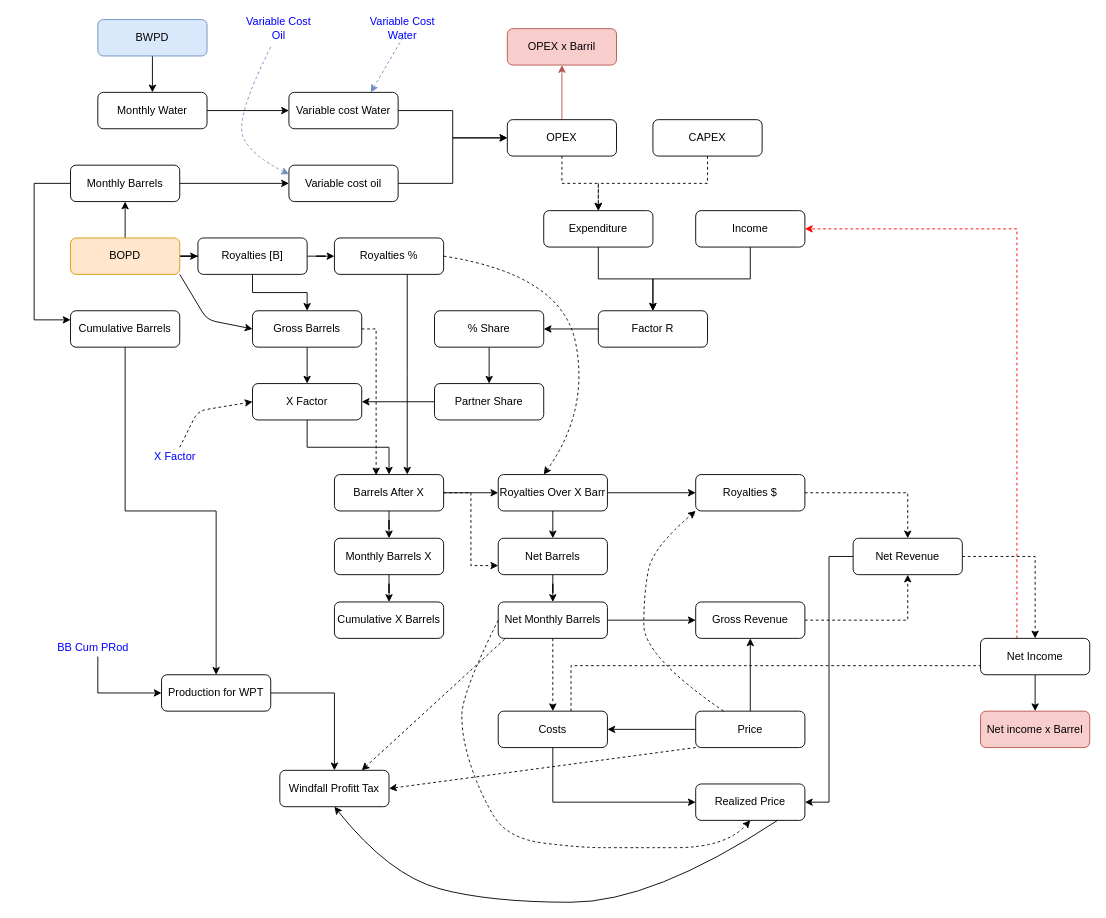
The draw.io diagram Untitled Diagram.drawio in estebanem97/arcangel, before the edit. Source tidied: cells renumbered, new cells numbered last; positions are measured from the earlier drawing's top-left corner, leaving out a move shared by most shapes. Both pictures are drawn from the tidied source at 91%, with x=0, y=0 at pixel (34, 19).
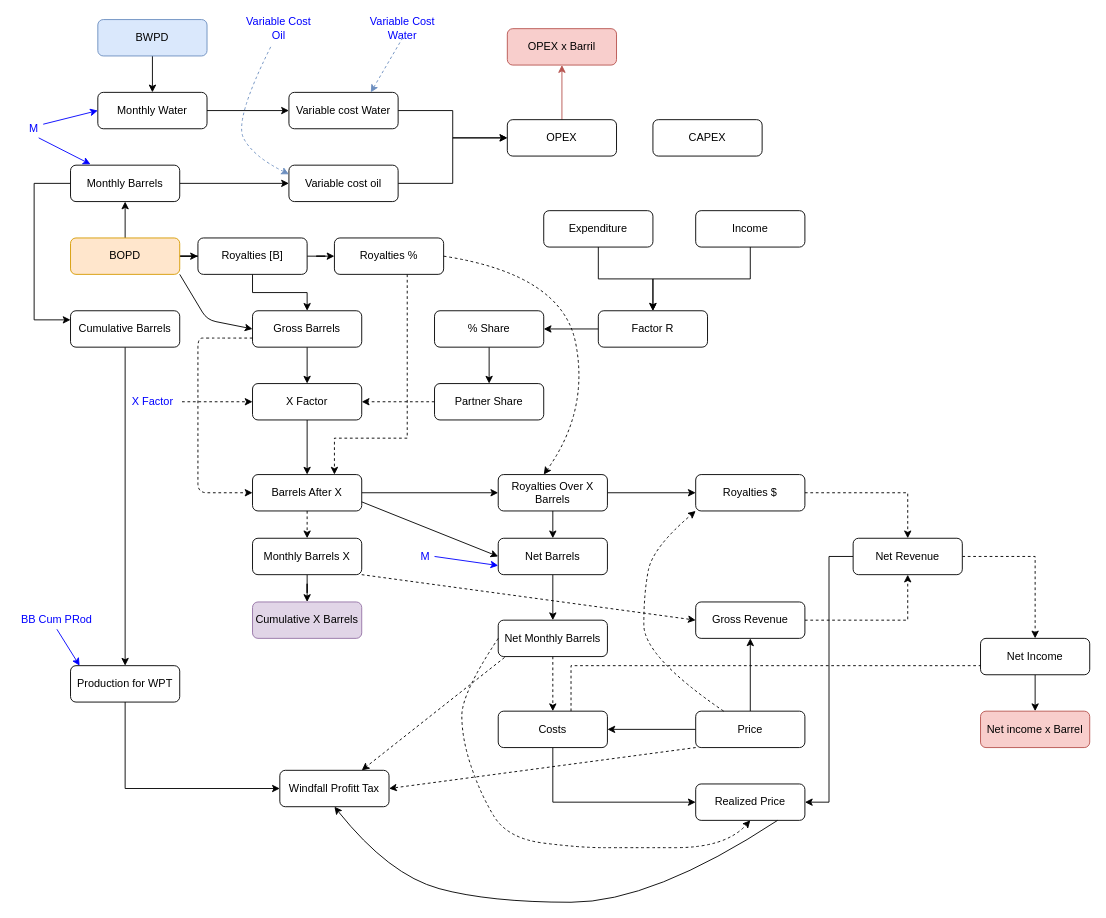
Above is the later version.

The change refers to these unchanged cells:
```xml
<mxCell id="11" value="Monthly Barrels" style="rounded=1;whiteSpace=wrap;html=1;fontSize=12;glass=0;strokeWidth=1;shadow=0;" parent="1" vertex="1">
  <mxGeometry x="40" y="160" width="120" height="40" as="geometry" />
</mxCell>
<mxCell id="18" value="Royalties %" style="rounded=1;whiteSpace=wrap;html=1;fontSize=12;glass=0;strokeWidth=1;shadow=0;" parent="1" vertex="1">
  <mxGeometry x="330" y="240" width="120" height="40" as="geometry" />
</mxCell>
<mxCell id="21" value="Gross Barrels" style="rounded=1;whiteSpace=wrap;html=1;fontSize=12;glass=0;strokeWidth=1;shadow=0;" parent="1" vertex="1">
  <mxGeometry x="240" y="320" width="120" height="40" as="geometry" />
</mxCell>
<mxCell id="24" value="Income" style="rounded=1;whiteSpace=wrap;html=1;fontSize=12;glass=0;strokeWidth=1;shadow=0;" parent="1" vertex="1">
  <mxGeometry x="727" y="210" width="120" height="40" as="geometry" />
</mxCell>
<mxCell id="26" value="Expenditure" style="rounded=1;whiteSpace=wrap;html=1;fontSize=12;glass=0;strokeWidth=1;shadow=0;" parent="1" vertex="1">
  <mxGeometry x="560" y="210" width="120" height="40" as="geometry" />
</mxCell>
<mxCell id="32" value="Partner Share" style="rounded=1;whiteSpace=wrap;html=1;fontSize=12;glass=0;strokeWidth=1;shadow=0;" parent="1" vertex="1">
  <mxGeometry x="440" y="400" width="120" height="40" as="geometry" />
</mxCell>
<mxCell id="34" value="X Factor" style="rounded=1;whiteSpace=wrap;html=1;fontSize=12;glass=0;strokeWidth=1;shadow=0;" parent="1" vertex="1">
  <mxGeometry x="240" y="400" width="120" height="40" as="geometry" />
</mxCell>
<mxCell id="46" value="Net Barrels" style="rounded=1;whiteSpace=wrap;html=1;fontSize=12;glass=0;strokeWidth=1;shadow=0;" parent="1" vertex="1">
  <mxGeometry x="510" y="570" width="120" height="40" as="geometry" />
</mxCell>
<mxCell id="55" value="Gross Revenue" style="rounded=1;whiteSpace=wrap;html=1;fontSize=12;glass=0;strokeWidth=1;shadow=0;" parent="1" vertex="1">
  <mxGeometry x="727" y="640" width="120" height="40" as="geometry" />
</mxCell>
<mxCell id="71" value="Windfall Profitt Tax" style="rounded=1;whiteSpace=wrap;html=1;fontSize=12;glass=0;strokeWidth=1;shadow=0;" parent="1" vertex="1">
  <mxGeometry x="270" y="825" width="120" height="40" as="geometry" />
</mxCell>
<mxCell id="77" value="Net Income" style="rounded=1;whiteSpace=wrap;html=1;fontSize=12;glass=0;strokeWidth=1;shadow=0;" parent="1" vertex="1">
  <mxGeometry x="1040" y="680" width="120" height="40" as="geometry" />
</mxCell>
<mxCell id="79" value="CAPEX" style="rounded=1;whiteSpace=wrap;html=1;fontSize=12;glass=0;strokeWidth=1;shadow=0;" parent="1" vertex="1">
  <mxGeometry x="680" y="110" width="120" height="40" as="geometry" />
</mxCell>
<mxCell id="82" value="OPEX" style="rounded=1;whiteSpace=wrap;html=1;fontSize=12;glass=0;strokeWidth=1;shadow=0;" parent="1" vertex="1">
  <mxGeometry x="520" y="110" width="120" height="40" as="geometry" />
</mxCell>
```

Change to the diagram source:
```diff
@@
-    <mxCell id="17" style="edgeStyle=orthogonalEdgeStyle;rounded=0;jettySize=auto;html=1;" parent="1" edge="1" source="18" target="38">
+    <mxCell id="17" style="edgeStyle=orthogonalEdgeStyle;rounded=0;jettySize=auto;html=1;entryX=0.75;entryY=0;entryDx=0;entryDy=0;dashed=1;" parent="1" edge="1" source="18" target="38">
       <mxGeometry relative="1" as="geometry">
         <Array as="points">
-          <mxPoint x="410" y="390" />
-          <mxPoint x="410" y="390" />
+          <mxPoint x="410" y="460" />
+          <mxPoint x="330" y="460" />
         </Array>
       </mxGeometry>
     </mxCell>
@@
-    <mxCell id="20" style="edgeStyle=orthogonalEdgeStyle;rounded=0;jettySize=auto;html=1;entryX=0.382;entryY=0.021;entryDx=0;entryDy=0;entryPerimeter=0;dashed=1;strokeColor=#000000;" parent="1" edge="1" source="21" target="38">
-      <mxGeometry relative="1" as="geometry">
-        <Array as="points">
-          <mxPoint x="300" y="340" />
-          <mxPoint x="376" y="340" />
-        </Array>
-      </mxGeometry>
-    </mxCell>
@@
-    <mxCell id="31" style="edgeStyle=orthogonalEdgeStyle;rounded=0;jettySize=auto;html=1;entryX=1;entryY=0.5;entryDx=0;entryDy=0;" parent="1" edge="1" source="32" target="34">
+    <mxCell id="31" style="edgeStyle=orthogonalEdgeStyle;rounded=0;jettySize=auto;html=1;entryX=1;entryY=0.5;entryDx=0;entryDy=0;dashed=1;" parent="1" edge="1" source="32" target="34">
       <mxGeometry relative="1" as="geometry" />
     </mxCell>
@@
-    <mxCell id="35" style="edgeStyle=orthogonalEdgeStyle;rounded=0;jettySize=auto;html=1;entryX=0.5;entryY=0;entryDx=0;entryDy=0;" parent="1" edge="1" source="38" target="40">
-      <mxGeometry relative="1" as="geometry" />
-    </mxCell>
-    <mxCell id="36" style="edgeStyle=orthogonalEdgeStyle;rounded=0;jettySize=auto;html=1;" parent="1" edge="1" source="38" target="43">
+    <mxCell id="36" style="edgeStyle=orthogonalEdgeStyle;rounded=0;jettySize=auto;html=1;exitX=1;exitY=0.5;exitDx=0;exitDy=0;" parent="1" edge="1" source="38" target="43">
       <mxGeometry relative="1" as="geometry" />
     </mxCell>
-    <mxCell id="37" style="edgeStyle=orthogonalEdgeStyle;rounded=0;jettySize=auto;html=1;entryX=0;entryY=0.75;entryDx=0;entryDy=0;dashed=1;strokeColor=#000000;" parent="1" edge="1" source="38" target="46">
-      <mxGeometry relative="1" as="geometry" />
-    </mxCell>
     <mxCell id="38" value="Barrels After X" style="rounded=1;whiteSpace=wrap;html=1;fontSize=12;glass=0;strokeWidth=1;shadow=0;" parent="1" vertex="1">
-      <mxGeometry x="330" y="500" width="120" height="40" as="geometry" />
+      <mxGeometry x="240" y="500" width="120" height="40" as="geometry" />
     </mxCell>
@@
     <mxCell id="40" value="Monthly Barrels X" style="rounded=1;whiteSpace=wrap;html=1;fontSize=12;glass=0;strokeWidth=1;shadow=0;" parent="1" vertex="1">
-      <mxGeometry x="330" y="570" width="120" height="40" as="geometry" />
+      <mxGeometry x="240" y="570" width="120" height="40" as="geometry" />
     </mxCell>
-    <mxCell id="41" value="Cumulative X Barrels" style="rounded=1;whiteSpace=wrap;html=1;fontSize=12;glass=0;strokeWidth=1;shadow=0;" parent="1" vertex="1">
-      <mxGeometry x="330" y="640" width="120" height="40" as="geometry" />
+    <mxCell id="41" value="Cumulative X Barrels" style="rounded=1;whiteSpace=wrap;html=1;fontSize=12;glass=0;strokeWidth=1;shadow=0;fillColor=#e1d5e7;strokeColor=#9673a6;" parent="1" vertex="1">
+      <mxGeometry x="240" y="640" width="120" height="40" as="geometry" />
     </mxCell>
@@
-    <mxCell id="43" value="Royalties Over X Barr" style="rounded=1;whiteSpace=wrap;html=1;fontSize=12;glass=0;strokeWidth=1;shadow=0;" parent="1" vertex="1">
+    <mxCell id="43" value="Royalties Over X Barrels" style="rounded=1;whiteSpace=wrap;html=1;fontSize=12;glass=0;strokeWidth=1;shadow=0;" parent="1" vertex="1">
       <mxGeometry x="510" y="500" width="120" height="40" as="geometry" />
     </mxCell>
@@
-    <mxCell id="48" style="edgeStyle=orthogonalEdgeStyle;rounded=0;jettySize=auto;html=1;entryX=0;entryY=0.5;entryDx=0;entryDy=0;" parent="1" edge="1" source="50" target="55">
-      <mxGeometry relative="1" as="geometry" />
-    </mxCell>
@@
     <mxCell id="50" value="Net Monthly Barrels" style="rounded=1;whiteSpace=wrap;html=1;fontSize=12;glass=0;strokeWidth=1;shadow=0;" parent="1" vertex="1">
-      <mxGeometry x="510" y="640" width="120" height="40" as="geometry" />
+      <mxGeometry x="510" y="660" width="120" height="40" as="geometry" />
     </mxCell>
@@
-    <mxCell id="65" style="edgeStyle=orthogonalEdgeStyle;rounded=0;jettySize=auto;html=1;entryX=0.5;entryY=0;entryDx=0;entryDy=0;" parent="1" edge="1" source="66" target="71">
-      <mxGeometry relative="1" as="geometry" />
+    <mxCell id="65" style="edgeStyle=orthogonalEdgeStyle;rounded=0;jettySize=auto;html=1;entryX=0;entryY=0.5;entryDx=0;entryDy=0;" parent="1" edge="1" source="66" target="71">
+      <mxGeometry relative="1" as="geometry">
+        <Array as="points">
+          <mxPoint x="100" y="845" />
+        </Array>
+      </mxGeometry>
     </mxCell>
     <mxCell id="66" value="Production for WPT" style="rounded=1;whiteSpace=wrap;html=1;fontSize=12;glass=0;strokeWidth=1;shadow=0;" parent="1" vertex="1">
-      <mxGeometry x="140" y="720" width="120" height="40" as="geometry" />
+      <mxGeometry x="40" y="710" width="120" height="40" as="geometry" />
     </mxCell>
-    <mxCell id="67" style="edgeStyle=orthogonalEdgeStyle;rounded=0;jettySize=auto;html=1;entryX=0;entryY=0.5;entryDx=0;entryDy=0;fontColor=#0000FF;" parent="1" edge="1" source="68" target="66">
-      <mxGeometry relative="1" as="geometry">
-        <Array as="points">
-          <mxPoint x="70" y="740" />
-        </Array>
-      </mxGeometry>
-    </mxCell>
     <mxCell id="68" value="BB Cum PRod" style="text;html=1;strokeColor=none;fillColor=none;align=center;verticalAlign=middle;whiteSpace=wrap;rounded=0;fontColor=#0000FF;" parent="1" vertex="1">
-      <mxGeometry x="20" y="680" width="90" height="20" as="geometry" />
+      <mxGeometry x="-20" y="650" width="90" height="20" as="geometry" />
     </mxCell>
@@
-    <mxCell id="75" style="edgeStyle=orthogonalEdgeStyle;rounded=0;jettySize=auto;html=1;fillColor=#ffe6cc;strokeColor=#FF0000;dashed=1;entryX=1;entryY=0.5;entryDx=0;entryDy=0;" parent="1" edge="1" source="77" target="24">
-      <mxGeometry relative="1" as="geometry">
-        <Array as="points">
-          <mxPoint x="1080" y="230" />
-        </Array>
-      </mxGeometry>
-    </mxCell>
@@
-    <mxCell id="78" style="edgeStyle=orthogonalEdgeStyle;rounded=0;jettySize=auto;html=1;entryX=0.5;entryY=0;entryDx=0;entryDy=0;dashed=1;strokeColor=#000000;" parent="1" edge="1" source="79" target="26">
-      <mxGeometry relative="1" as="geometry" />
-    </mxCell>
@@
-    <mxCell id="80" style="edgeStyle=orthogonalEdgeStyle;rounded=0;jettySize=auto;html=1;entryX=0.5;entryY=0;entryDx=0;entryDy=0;dashed=1;strokeColor=#000000;" parent="1" edge="1" source="82" target="26">
-      <mxGeometry relative="1" as="geometry" />
-    </mxCell>
@@
     <mxCell id="93" value="X Factor" style="text;html=1;strokeColor=none;fillColor=none;align=center;verticalAlign=middle;whiteSpace=wrap;rounded=0;fontColor=#0000FF;" parent="1" vertex="1">
-      <mxGeometry x="110" y="470" width="90" height="20" as="geometry" />
+      <mxGeometry x="97.5" y="410" width="65" height="20" as="geometry" />
     </mxCell>
-    <mxCell id="94" style="endArrow=classic;html=1;dashed=1;entryX=0;entryY=0.5;entryDx=0;entryDy=0;fontColor=#0000FF;" parent="1" edge="1" target="34">
-      <mxGeometry relative="1" as="geometry">
-        <mxPoint x="160" y="470" as="sourcePoint" />
-        <Array as="points">
-          <mxPoint x="180" y="430" />
-        </Array>
-      </mxGeometry>
+    <mxCell id="94" style="endArrow=classic;html=1;dashed=1;entryX=0;entryY=0.5;entryDx=0;entryDy=0;fontColor=#0000FF;" parent="1" edge="1" source="93" target="34">
+      <mxGeometry relative="1" as="geometry" />
     </mxCell>
+    <mxCell id="95" style="endArrow=classic;html=1;exitX=0.5;exitY=1;exitDx=0;exitDy=0;strokeColor=#0000FF;" parent="1" edge="1" source="68">
+      <mxGeometry relative="1" as="geometry">
+        <mxPoint x="50" y="710" as="targetPoint" />
+      </mxGeometry>
+    </mxCell>
+    <mxCell id="20" style="endArrow=classic;html=1;entryX=0;entryY=0.5;entryDx=0;entryDy=0;exitX=0;exitY=0.75;exitDx=0;exitDy=0;dashed=1;" parent="1" edge="1" source="21" target="38">
+      <mxGeometry relative="1" as="geometry">
+        <Array as="points">
+          <mxPoint x="210" y="350" />
+          <mxPoint x="200" y="350" />
+          <mxPoint x="180" y="350" />
+          <mxPoint x="180" y="520" />
+        </Array>
+      </mxGeometry>
+    </mxCell>
+    <mxCell id="37" style="endArrow=classic;html=1;entryX=0;entryY=0.5;entryDx=0;entryDy=0;exitX=1;exitY=0.75;exitDx=0;exitDy=0;" parent="1" edge="1" source="38" target="46">
+      <mxGeometry relative="1" as="geometry" />
+    </mxCell>
+    <mxCell id="35" style="endArrow=classic;html=1;dashed=1;entryX=0.5;entryY=0;entryDx=0;entryDy=0;exitX=0.5;exitY=1;exitDx=0;exitDy=0;" parent="1" edge="1" source="38" target="40">
+      <mxGeometry relative="1" as="geometry" />
+    </mxCell>
+    <mxCell id="96" value="M" style="text;html=1;strokeColor=none;fillColor=none;align=center;verticalAlign=middle;whiteSpace=wrap;rounded=0;fontColor=#0000FF;" parent="1" vertex="1">
+      <mxGeometry x="420" y="580" width="20" height="20" as="geometry" />
+    </mxCell>
+    <mxCell id="97" style="endArrow=classic;html=1;strokeColor=#0000FF;entryX=0;entryY=0.75;entryDx=0;entryDy=0;exitX=1;exitY=0.5;exitDx=0;exitDy=0;" parent="1" edge="1" source="96" target="46">
+      <mxGeometry relative="1" as="geometry" />
+    </mxCell>
+    <mxCell id="98" value="M" style="text;html=1;strokeColor=none;fillColor=none;align=center;verticalAlign=middle;whiteSpace=wrap;rounded=0;fontColor=#0000FF;" parent="1" vertex="1">
+      <mxGeometry x="-10" y="110" width="20" height="20" as="geometry" />
+    </mxCell>
+    <mxCell id="99" style="endArrow=classic;html=1;strokeColor=#0000FF;entryX=0;entryY=0.75;entryDx=0;entryDy=0;exitX=1;exitY=0.25;exitDx=0;exitDy=0;" parent="1" edge="1" source="98">
+      <mxGeometry relative="1" as="geometry">
+        <mxPoint x="70" y="100" as="targetPoint" />
+      </mxGeometry>
+    </mxCell>
+    <mxCell id="100" style="endArrow=classic;html=1;strokeColor=#0000FF;entryX=0.183;entryY=-0.025;entryDx=0;entryDy=0;exitX=0.75;exitY=1;exitDx=0;exitDy=0;entryPerimeter=0;" parent="1" edge="1" source="98" target="11">
+      <mxGeometry relative="1" as="geometry" />
+    </mxCell>
+    <mxCell id="101" style="endArrow=classic;html=1;dashed=1;entryX=0;entryY=0.5;entryDx=0;entryDy=0;exitX=1;exitY=1;exitDx=0;exitDy=0;" parent="1" edge="1" source="40" target="55">
+      <mxGeometry relative="1" as="geometry" />
+    </mxCell>
```
